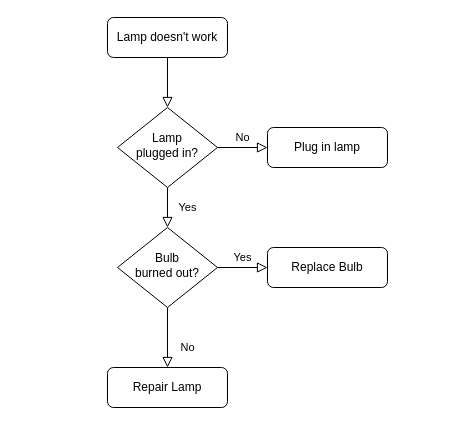
The draw.io diagram Untitled Diagram.drawio in infectionista/gosh_contribution, before the edit. Source tidied: cells renumbered, new cells numbered last; positions are measured from the earlier drawing's top-left corner, leaving out a move shared by most shapes. Both pictures are drawn from the tidied source at 100%, with x=0, y=0 at pixel (107, 17).
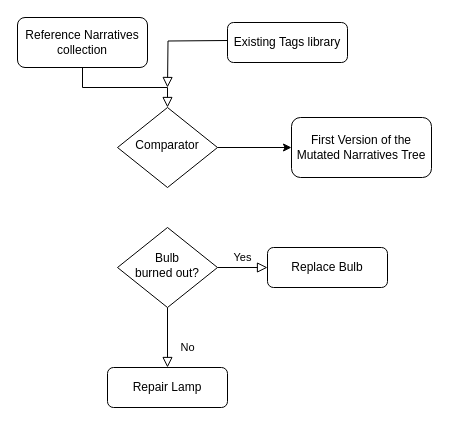
Above is the later version.

Change to the diagram source:
```diff
@@
 <mxGraphModel>
   <root>
     <mxCell id="0" />
     <mxCell id="1" parent="0" />
     <mxCell id="2" style="rounded=0;html=1;jettySize=auto;fontSize=11;endArrow=block;endFill=0;endSize=8;strokeWidth=1;shadow=0;labelBackgroundColor=none;edgeStyle=orthogonalEdgeStyle;" parent="1" edge="1" source="3" target="6">
       <mxGeometry relative="1" as="geometry" />
     </mxCell>
-    <mxCell id="3" value="Lamp doesn't work" style="rounded=1;whiteSpace=wrap;html=1;fontSize=12;glass=0;strokeWidth=1;shadow=0;" parent="1" vertex="1">
-      <mxGeometry width="120" height="40" as="geometry" />
+    <mxCell id="3" value="Reference Narratives collection" style="rounded=1;whiteSpace=wrap;html=1;fontSize=12;glass=0;strokeWidth=1;shadow=0;" parent="1" vertex="1">
+      <mxGeometry x="-90" width="130" height="50" as="geometry" />
     </mxCell>
-    <mxCell id="4" value="Yes" style="rounded=0;html=1;jettySize=auto;fontSize=11;endArrow=block;endFill=0;endSize=8;strokeWidth=1;shadow=0;labelBackgroundColor=none;edgeStyle=orthogonalEdgeStyle;" parent="1" edge="1" source="6" target="10">
-      <mxGeometry y="20" relative="1" as="geometry" />
-    </mxCell>
-    <mxCell id="5" value="No" style="edgeStyle=orthogonalEdgeStyle;rounded=0;html=1;jettySize=auto;fontSize=11;endArrow=block;endFill=0;endSize=8;strokeWidth=1;shadow=0;labelBackgroundColor=none;" parent="1" edge="1" source="6" target="7">
-      <mxGeometry y="10" relative="1" as="geometry" />
-    </mxCell>
-    <mxCell id="6" value="Lamp&lt;br&gt;plugged in?" style="rhombus;whiteSpace=wrap;html=1;shadow=0;fontFamily=Helvetica;fontSize=12;align=center;strokeWidth=1;spacing=6;spacingTop=-4;" parent="1" vertex="1">
+    <mxCell id="6" value="Comparator" style="rhombus;whiteSpace=wrap;html=1;shadow=0;fontFamily=Helvetica;fontSize=12;align=center;strokeWidth=1;spacing=6;spacingTop=-4;" parent="1" vertex="1">
       <mxGeometry x="10" y="90" width="100" height="80" as="geometry" />
     </mxCell>
-    <mxCell id="7" value="Plug in lamp" style="rounded=1;whiteSpace=wrap;html=1;fontSize=12;glass=0;strokeWidth=1;shadow=0;" parent="1" vertex="1">
-      <mxGeometry x="160" y="110" width="120" height="40" as="geometry" />
-    </mxCell>
     <mxCell id="8" value="No" style="rounded=0;html=1;jettySize=auto;fontSize=11;endArrow=block;endFill=0;endSize=8;strokeWidth=1;shadow=0;labelBackgroundColor=none;edgeStyle=orthogonalEdgeStyle;" parent="1" edge="1" source="10" target="11">
       <mxGeometry x="0.33" y="20" relative="1" as="geometry" />
     </mxCell>
     <mxCell id="9" value="Yes" style="edgeStyle=orthogonalEdgeStyle;rounded=0;html=1;jettySize=auto;fontSize=11;endArrow=block;endFill=0;endSize=8;strokeWidth=1;shadow=0;labelBackgroundColor=none;" parent="1" edge="1" source="10" target="12">
       <mxGeometry y="10" relative="1" as="geometry" />
     </mxCell>
     <mxCell id="10" value="Bulb&lt;br&gt;burned out?" style="rhombus;whiteSpace=wrap;html=1;shadow=0;fontFamily=Helvetica;fontSize=12;align=center;strokeWidth=1;spacing=6;spacingTop=-4;" parent="1" vertex="1">
       <mxGeometry x="10" y="210" width="100" height="80" as="geometry" />
     </mxCell>
     <mxCell id="11" value="Repair Lamp" style="rounded=1;whiteSpace=wrap;html=1;fontSize=12;glass=0;strokeWidth=1;shadow=0;" parent="1" vertex="1">
       <mxGeometry y="350" width="120" height="40" as="geometry" />
     </mxCell>
     <mxCell id="12" value="Replace Bulb" style="rounded=1;whiteSpace=wrap;html=1;fontSize=12;glass=0;strokeWidth=1;shadow=0;" parent="1" vertex="1">
       <mxGeometry x="160" y="230" width="120" height="40" as="geometry" />
     </mxCell>
+    <mxCell id="13" value="Existing Tags library" style="rounded=1;whiteSpace=wrap;html=1;fontSize=12;glass=0;strokeWidth=1;shadow=0;" parent="1" vertex="1">
+      <mxGeometry x="120" y="5" width="120" height="40" as="geometry" />
+    </mxCell>
+    <mxCell id="14" value="First Version of the Mutated Narratives Tree" style="rounded=1;whiteSpace=wrap;html=1;fontSize=12;glass=0;strokeWidth=1;shadow=0;" parent="1" vertex="1">
+      <mxGeometry x="184" y="100" width="140" height="60" as="geometry" />
+    </mxCell>
+    <mxCell id="15" style="endArrow=classic;html=1;rounded=0;exitX=1;exitY=0.5;exitDx=0;exitDy=0;entryX=0;entryY=0.5;entryDx=0;entryDy=0;" parent="1" edge="1" source="6" target="14">
+      <mxGeometry relative="1" as="geometry" />
+    </mxCell>
+    <mxCell id="16" style="rounded=0;html=1;jettySize=auto;orthogonalLoop=1;fontSize=11;endArrow=block;endFill=0;endSize=8;strokeWidth=1;shadow=0;labelBackgroundColor=none;edgeStyle=orthogonalEdgeStyle;" parent="1" edge="1">
+      <mxGeometry relative="1" as="geometry">
+        <mxPoint x="120" y="23" as="sourcePoint" />
+        <mxPoint x="60" y="70" as="targetPoint" />
+      </mxGeometry>
+    </mxCell>
   </root>
 </mxGraphModel>
```
